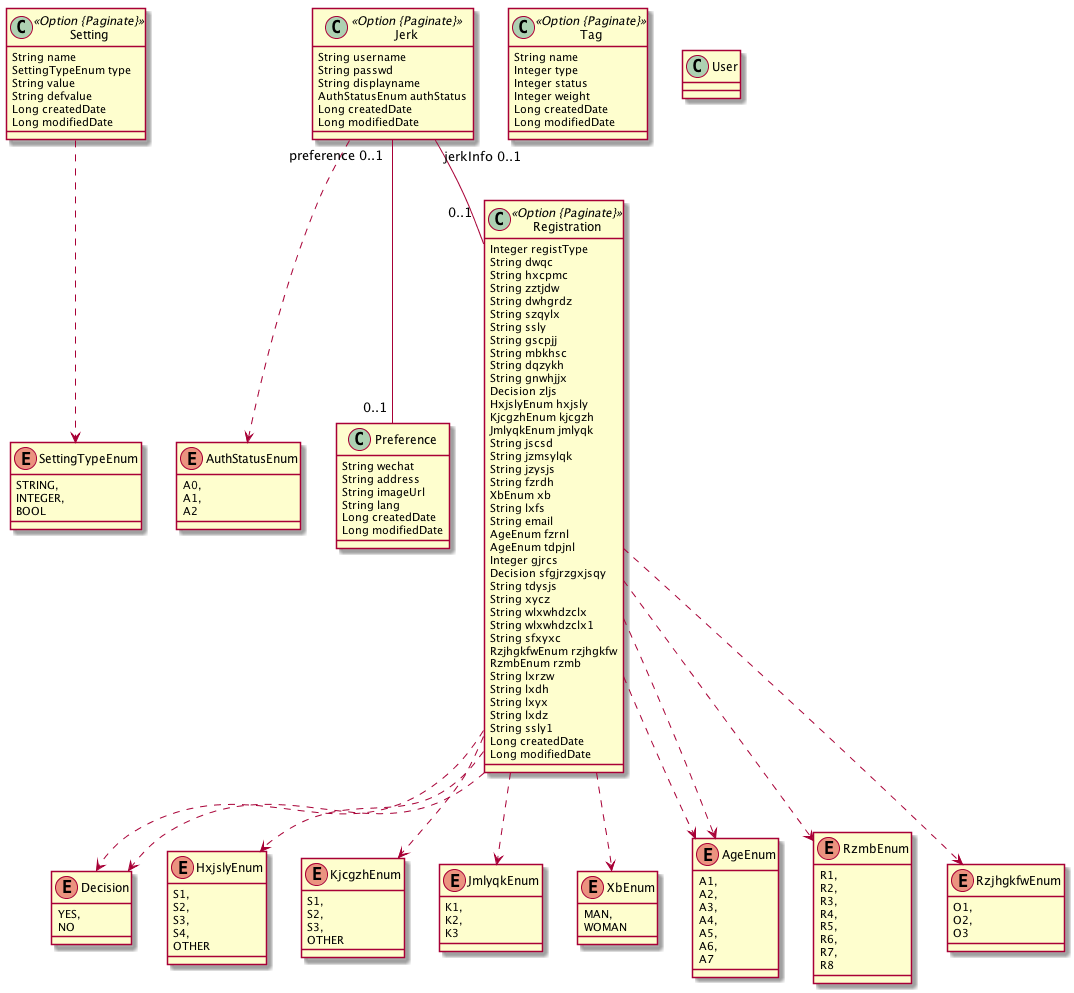
Earlier version of the PlantUML export src/model/Model.png (wangbl11/jerk).
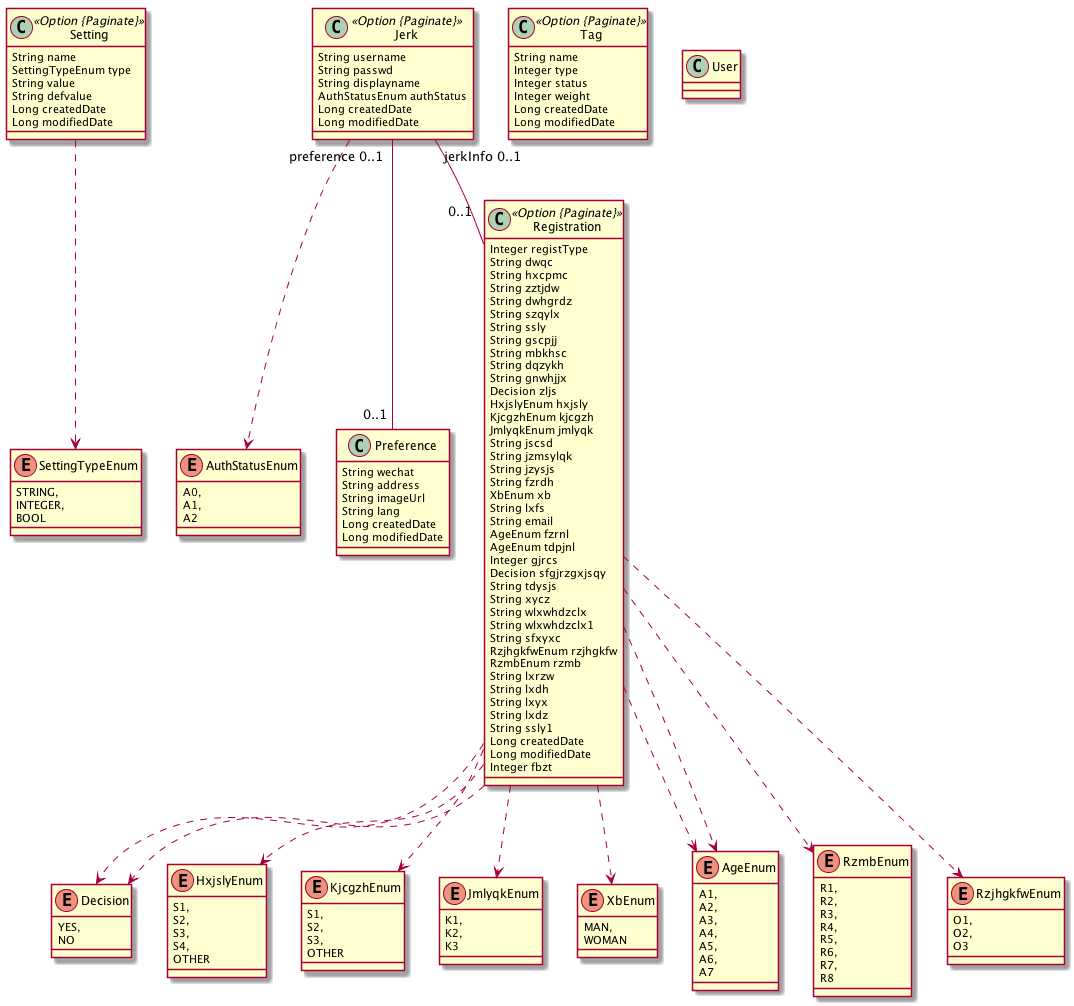
Above is the later version.

Diff of the diagram source:
```diff
@@ -118,6 +118,7 @@
 		String ssly1
 		Long createdDate
 		Long modifiedDate
+		Integer fbzt
 	}
 	Registration ..> Decision
 	Registration ..> HxjslyEnum
```
